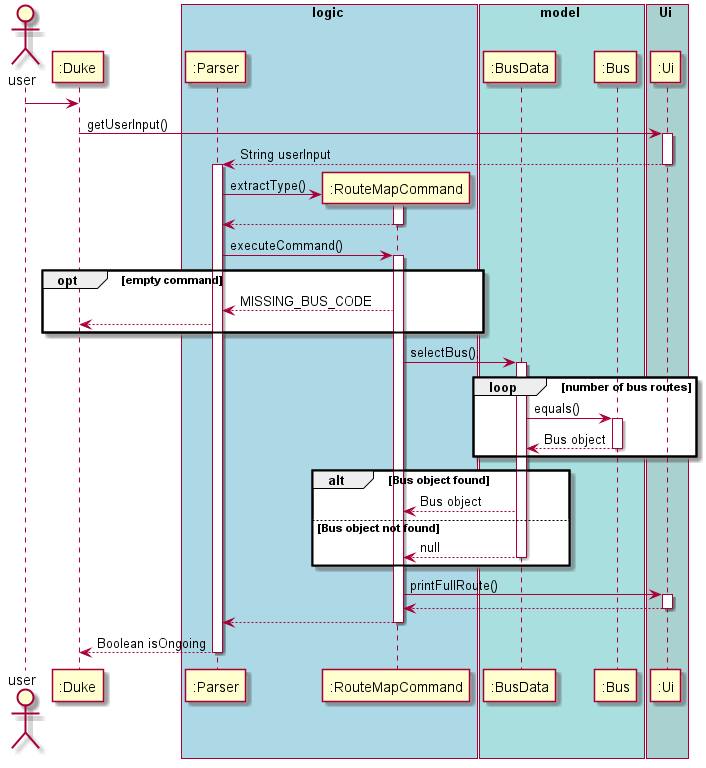
Before: docs/DG_Diagrams/RouteMapCommandSeq.png, a diagram exported from PlantUML (nus-cs2113-AY2021S1/tp).
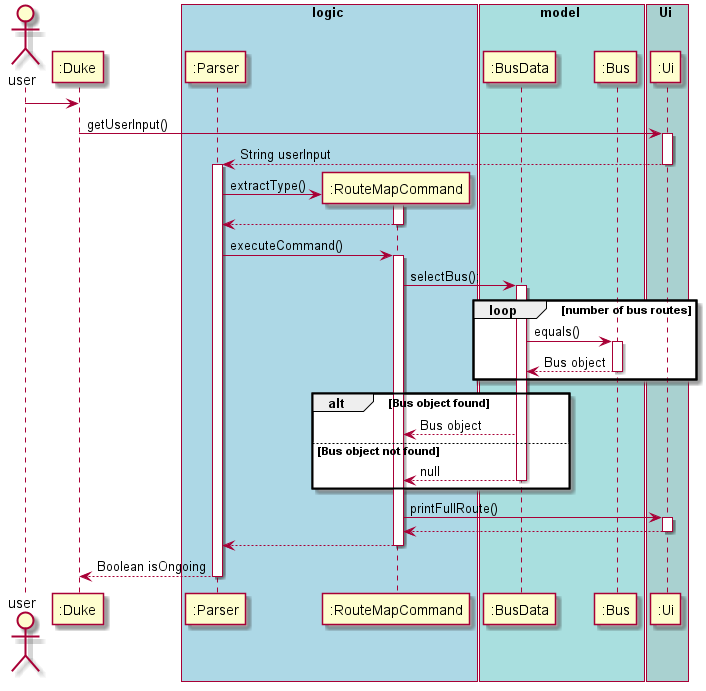
Later version of the same file.

Commit message:
Update of sequence diagram in RouteMapCommandSeq

Change to the diagram source:
```diff
@@ -27,11 +27,6 @@
 deactivate ":RouteMapCommand"
 ":Parser" -> ":RouteMapCommand" : executeCommand()
 activate ":RouteMapCommand"
-opt empty command
-    ":RouteMapCommand" --> ":Parser" : MISSING_BUS_CODE
-    ":Parser" --> ":Duke"
-end
-
 ":RouteMapCommand" -> ":BusData" : selectBus();
 activate ":BusData"
 loop number of bus routes
```
